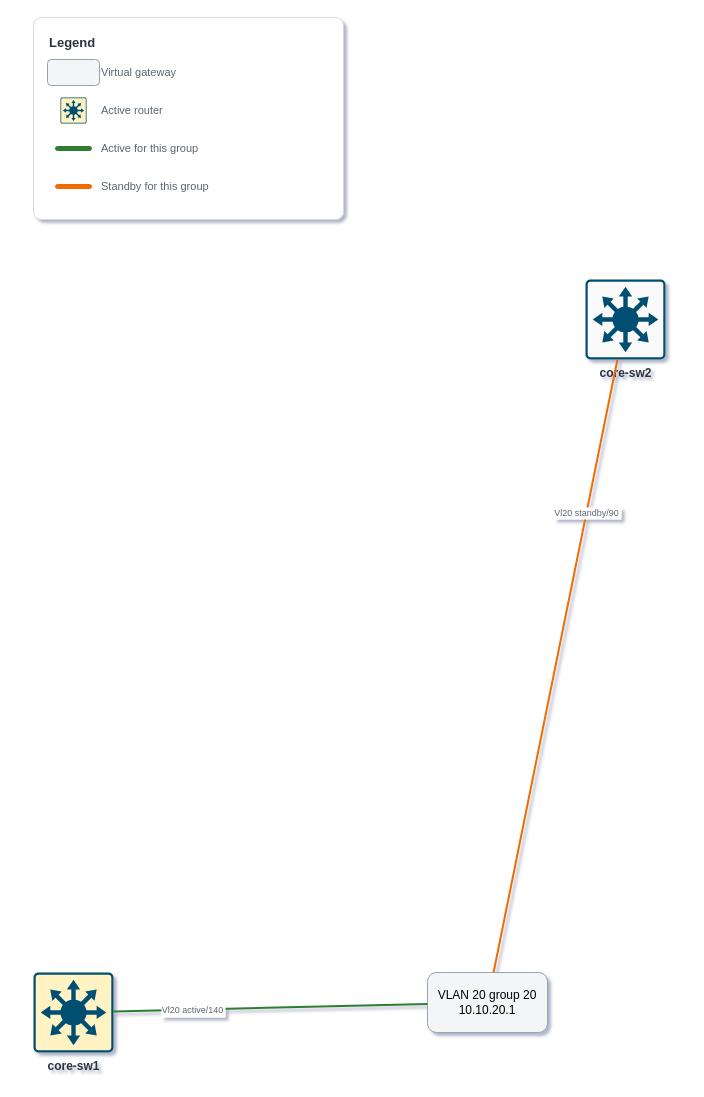
Before: examples/campus/diagrams/hsrp/hsrp_vlan20.drawio in isrferna/nettopo, a draw.io diagram. Source tidied: cells renumbered, new cells numbered last; positions are measured from the earlier drawing's top-left corner, leaving out a move shared by most shapes. Both pictures are drawn from the tidied source at 100%, with x=0, y=0 at pixel (33, 17).
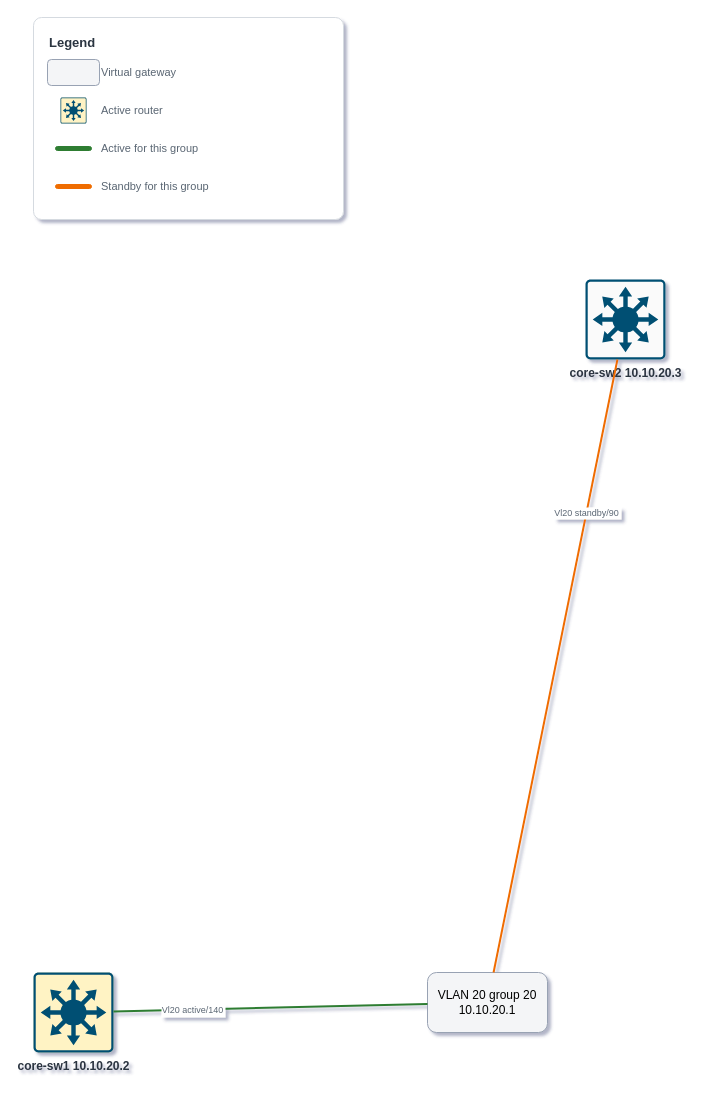
The same page after the edit.

The edit, as a diff of the source:
```diff
@@
 <mxGraphModel shadow="1">
   <root>
     <mxCell id="0" />
     <mxCell id="1" parent="0" />
     <mxCell id="2" value="VLAN 20 group 20 10.10.20.1" style="rounded=1;whiteSpace=wrap;html=1;fillColor=#F4F5F7;strokeColor=#98A2B3;" parent="1" vertex="1">
       <mxGeometry x="394" y="955" width="120" height="60" as="geometry" />
     </mxCell>
-    <mxCell id="3" value="core-sw1" style="shape=mxgraph.cisco19.rect;prIcon=l3_switch;strokeColor=#005073;sketch=0;html=1;verticalLabelPosition=bottom;verticalAlign=top;align=center;outlineConnect=0;fillColor=#FAFAFA;fontSize=12;fontColor=#2B3440;fontStyle=1;fillColor=#FFF3C4;strokeWidth=3;" parent="1" vertex="1">
+    <mxCell id="3" value="core-sw1 10.10.20.2" style="shape=mxgraph.cisco19.rect;prIcon=l3_switch;strokeColor=#005073;sketch=0;html=1;verticalLabelPosition=bottom;verticalAlign=top;align=center;outlineConnect=0;fillColor=#FAFAFA;fontSize=12;fontColor=#2B3440;fontStyle=1;fillColor=#FFF3C4;strokeWidth=3;" parent="1" vertex="1">
       <mxGeometry y="955" width="80" height="80" as="geometry" />
     </mxCell>
-    <mxCell id="4" value="core-sw2" style="shape=mxgraph.cisco19.rect;prIcon=l3_switch;strokeColor=#005073;sketch=0;html=1;verticalLabelPosition=bottom;verticalAlign=top;align=center;outlineConnect=0;fillColor=#FAFAFA;fontSize=12;fontColor=#2B3440;fontStyle=1;" parent="1" vertex="1">
+    <mxCell id="4" value="core-sw2 10.10.20.3" style="shape=mxgraph.cisco19.rect;prIcon=l3_switch;strokeColor=#005073;sketch=0;html=1;verticalLabelPosition=bottom;verticalAlign=top;align=center;outlineConnect=0;fillColor=#FAFAFA;fontSize=12;fontColor=#2B3440;fontStyle=1;" parent="1" vertex="1">
       <mxGeometry x="552" y="262" width="80" height="80" as="geometry" />
     </mxCell>
     <mxCell id="5" value="Vl20 active/140" style="labelBackgroundColor=#FFFFFF;fontSize=9;fontColor=#5A6673;" parent="6" vertex="1">
       <mxGeometry x="-0.5" relative="1" as="geometry" />
     </mxCell>
     <mxCell id="6" style="endArrow=none;strokeColor=#2E7D32;strokeWidth=2;" parent="1" edge="1" source="3" target="2">
       <mxGeometry relative="1" as="geometry" />
     </mxCell>
     <mxCell id="7" value="Vl20 standby/90" style="labelBackgroundColor=#FFFFFF;fontSize=9;fontColor=#5A6673;" parent="8" vertex="1">
       <mxGeometry x="-0.5" relative="1" as="geometry" />
     </mxCell>
     <mxCell id="8" style="endArrow=none;strokeColor=#EF6C00;strokeWidth=2;" parent="1" edge="1" source="4" target="2">
       <mxGeometry relative="1" as="geometry" />
     </mxCell>
     <mxCell id="9" style="rounded=1;arcSize=4;html=1;fillColor=#FFFFFF;strokeColor=#D5DAE0;verticalAlign=top;align=left;spacingLeft=8;" parent="1" vertex="1">
       <mxGeometry width="310" height="202" as="geometry" />
     </mxCell>
     <mxCell id="10" value="Legend" style="text;html=1;align=left;verticalAlign=middle;fontSize=13;fontStyle=1;fontColor=#2B3440;" parent="1" vertex="1">
       <mxGeometry x="14" y="14" width="282" height="22" as="geometry" />
     </mxCell>
     <mxCell id="11" style="rounded=1;whiteSpace=wrap;html=1;fillColor=#F4F5F7;strokeColor=#98A2B3;verticalLabelPosition=middle;" parent="1" vertex="1">
       <mxGeometry x="14" y="42" width="52" height="26" as="geometry" />
     </mxCell>
     <mxCell id="12" value="Virtual gateway" style="text;html=1;align=left;verticalAlign=middle;fontSize=11;fontColor=#5A6673;" parent="1" vertex="1">
       <mxGeometry x="66" y="36" width="230" height="38" as="geometry" />
     </mxCell>
     <mxCell id="13" style="shape=mxgraph.cisco19.rect;prIcon=l3_switch;strokeColor=#005073;sketch=0;html=1;verticalLabelPosition=bottom;verticalAlign=top;align=center;fillColor=#FAFAFA;fontSize=12;fontColor=#2B3440;fontStyle=1;fillColor=#FFF3C4;strokeWidth=3;verticalLabelPosition=middle;" parent="1" vertex="1">
       <mxGeometry x="27" y="80" width="26" height="26" as="geometry" />
     </mxCell>
     <mxCell id="14" value="Active router" style="text;html=1;align=left;verticalAlign=middle;fontSize=11;fontColor=#5A6673;" parent="1" vertex="1">
       <mxGeometry x="66" y="74" width="230" height="38" as="geometry" />
     </mxCell>
     <mxCell id="15" style="rounded=1;arcSize=50;html=1;fillColor=#2E7D32;strokeColor=#2E7D32;" parent="1" vertex="1">
       <mxGeometry x="22" y="129" width="36" height="4" as="geometry" />
     </mxCell>
     <mxCell id="16" value="Active for this group" style="text;html=1;align=left;verticalAlign=middle;fontSize=11;fontColor=#5A6673;" parent="1" vertex="1">
       <mxGeometry x="66" y="112" width="230" height="38" as="geometry" />
     </mxCell>
     <mxCell id="17" style="rounded=1;arcSize=50;html=1;fillColor=#EF6C00;strokeColor=#EF6C00;" parent="1" vertex="1">
       <mxGeometry x="22" y="167" width="36" height="4" as="geometry" />
     </mxCell>
     <mxCell id="18" value="Standby for this group" style="text;html=1;align=left;verticalAlign=middle;fontSize=11;fontColor=#5A6673;" parent="1" vertex="1">
       <mxGeometry x="66" y="150" width="230" height="38" as="geometry" />
     </mxCell>
   </root>
 </mxGraphModel>
```
